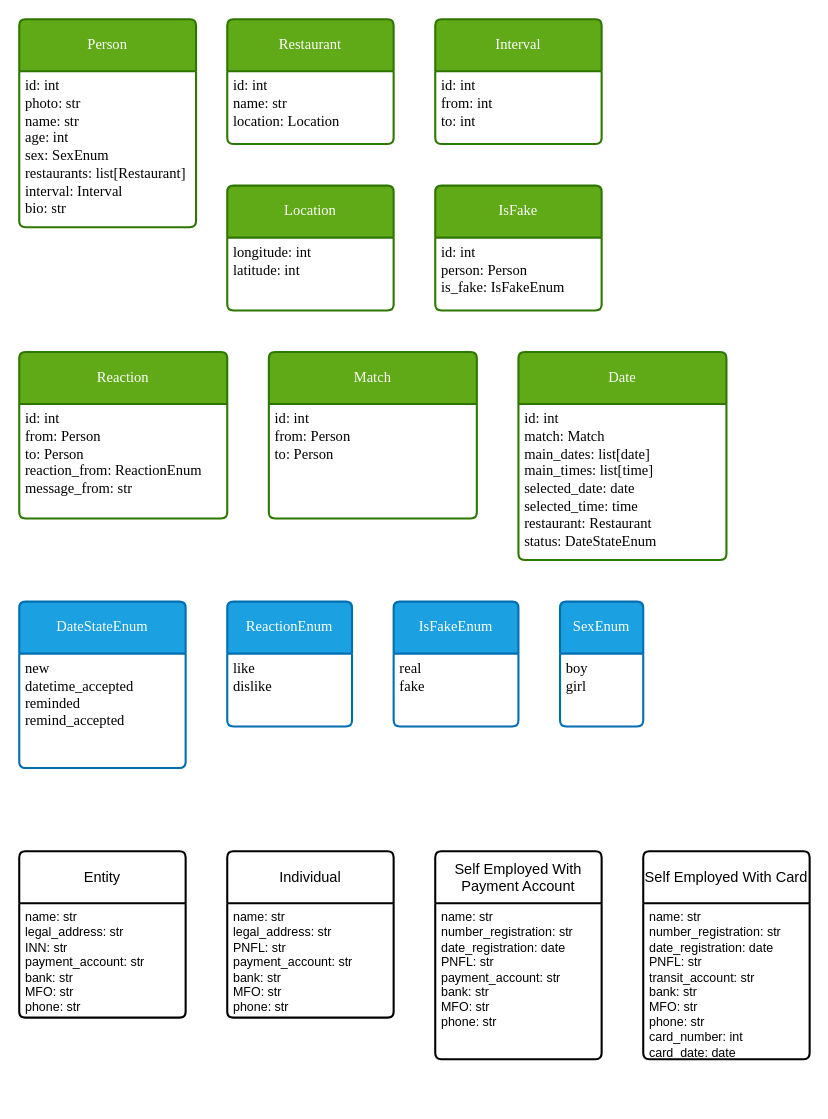
Above: match.drawio in KmvRoman/Diagrams (draw.io), before the change. Source tidied: cells renumbered, new cells numbered last; positions are measured from the earlier drawing's top-left corner, leaving out a move shared by most shapes. Both pictures are drawn from the tidied source at 104%, with x=0, y=0 at pixel (19, 19).
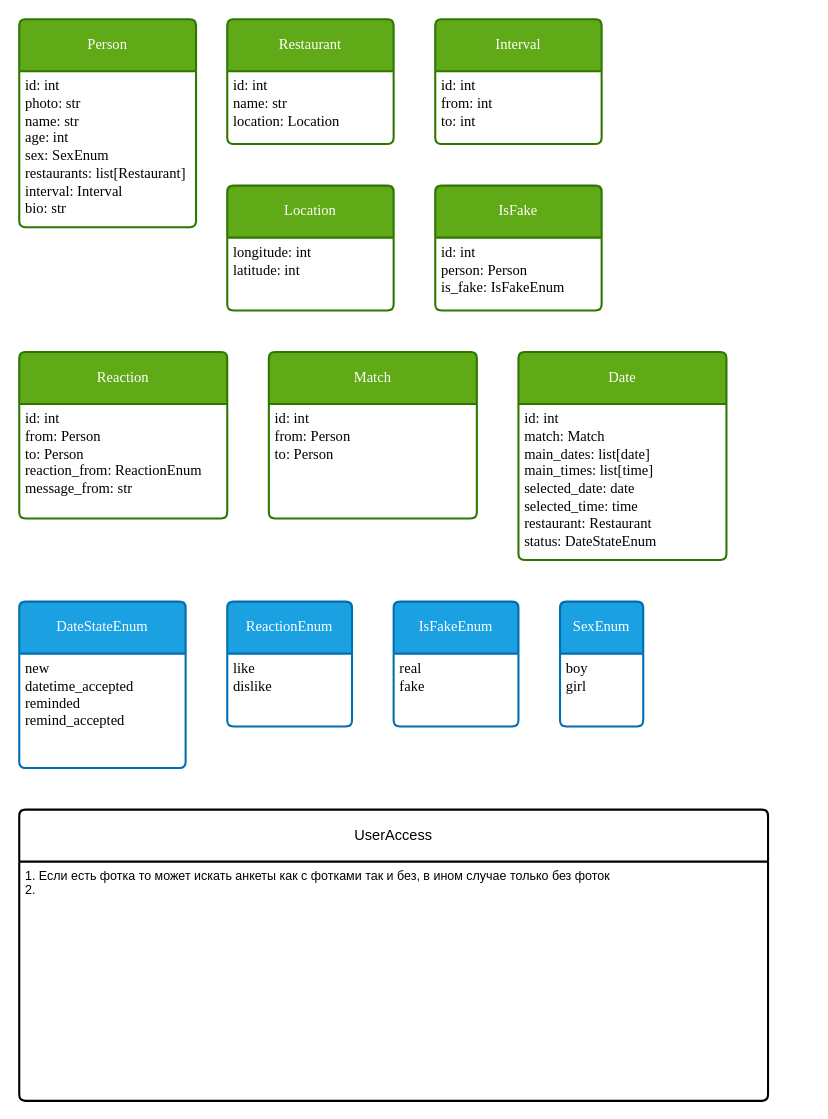
Above is the later version.

Change to the diagram source:
```diff
@@
-    <mxCell id="28" value="Entity" style="swimlane;horizontal=1;startSize=50;rounded=1;fontSize=14;fontStyle=0;strokeWidth=2;shadow=0;dashed=0;align=center;arcSize=4;whiteSpace=wrap;html=1;" parent="1" vertex="1">
-      <mxGeometry y="800" width="160" height="160" as="geometry" />
-    </mxCell>
-    <mxCell id="29" value="name: str&lt;br&gt;legal_address: str&lt;br&gt;INN: str&lt;br&gt;payment_account: str&lt;br&gt;bank: str&lt;br&gt;MFO: str&lt;br&gt;phone: str" style="align=left;strokeColor=none;fillColor=none;spacingLeft=4;fontSize=12;verticalAlign=top;html=1;" parent="28" vertex="1">
-      <mxGeometry y="50" width="160" height="110" as="geometry" />
-    </mxCell>
-    <mxCell id="30" value="Individual" style="swimlane;horizontal=1;startSize=50;rounded=1;fontSize=14;fontStyle=0;strokeWidth=2;shadow=0;dashed=0;align=center;arcSize=4;whiteSpace=wrap;html=1;" parent="1" vertex="1">
-      <mxGeometry x="200" y="800" width="160" height="160" as="geometry" />
-    </mxCell>
-    <mxCell id="31" value="name: str&lt;br&gt;legal_address: str&lt;br&gt;PNFL: str&lt;br&gt;payment_account: str&lt;br&gt;bank: str&lt;br&gt;MFO: str&lt;br&gt;phone: str" style="align=left;strokeColor=none;fillColor=none;spacingLeft=4;fontSize=12;verticalAlign=top;html=1;" parent="30" vertex="1">
-      <mxGeometry y="50" width="160" height="110" as="geometry" />
-    </mxCell>
-    <mxCell id="32" value="Self Employed With Payment Account" style="swimlane;horizontal=1;startSize=50;rounded=1;fontSize=14;fontStyle=0;strokeWidth=2;shadow=0;dashed=0;align=center;arcSize=4;whiteSpace=wrap;html=1;" parent="1" vertex="1">
-      <mxGeometry x="400" y="800" width="160" height="200" as="geometry" />
-    </mxCell>
-    <mxCell id="33" value="name: str&lt;br&gt;number_registration: str&lt;br&gt;date_registration: date&lt;br&gt;PNFL: str&lt;br&gt;payment_account: str&lt;br&gt;bank: str&lt;br&gt;MFO: str&lt;br&gt;phone: str" style="align=left;strokeColor=none;fillColor=none;spacingLeft=4;fontSize=12;verticalAlign=top;html=1;" parent="32" vertex="1">
-      <mxGeometry y="50" width="160" height="150" as="geometry" />
-    </mxCell>
-    <mxCell id="34" value="Self Employed With Card" style="swimlane;horizontal=1;startSize=50;rounded=1;fontSize=14;fontStyle=0;strokeWidth=2;shadow=0;dashed=0;align=center;arcSize=4;whiteSpace=wrap;html=1;" parent="1" vertex="1">
-      <mxGeometry x="600" y="800" width="160" height="200" as="geometry" />
-    </mxCell>
-    <mxCell id="35" value="name: str&lt;br&gt;number_registration: str&lt;br&gt;date_registration: date&lt;br&gt;PNFL: str&lt;br&gt;transit_account: str&lt;br&gt;bank: str&lt;br&gt;MFO: str&lt;br&gt;phone: str&lt;br&gt;card_number: int&lt;br&gt;card_date: date" style="align=left;strokeColor=none;fillColor=none;spacingLeft=4;fontSize=12;verticalAlign=top;html=1;" parent="34" vertex="1">
-      <mxGeometry y="50" width="160" height="150" as="geometry" />
-    </mxCell>
+    <mxCell id="36" value="UserAccess" style="swimlane;horizontal=1;startSize=50;rounded=1;fontSize=14;fontStyle=0;strokeWidth=2;shadow=0;dashed=0;align=center;arcSize=4;whiteSpace=wrap;html=1;" parent="1" vertex="1">
+      <mxGeometry y="760" width="720" height="280" as="geometry" />
+    </mxCell>
+    <mxCell id="37" value="1. Если есть фотка то может искать анкеты как с фотками так и без, в ином случае только без фоток&lt;br&gt;2.&amp;nbsp;" style="align=left;strokeColor=none;fillColor=none;spacingLeft=4;fontSize=12;verticalAlign=top;html=1;" parent="36" vertex="1">
+      <mxGeometry y="50" width="720" height="230" as="geometry" />
+    </mxCell>
```
